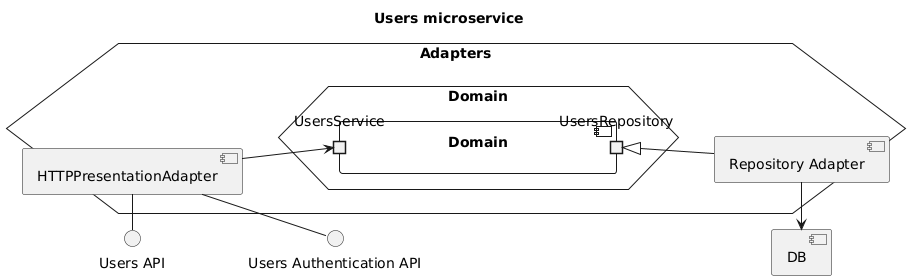
Earlier version of the PlantUML export doc/diagrams/users-components.png (Ventus218/SAP-assignment-02).
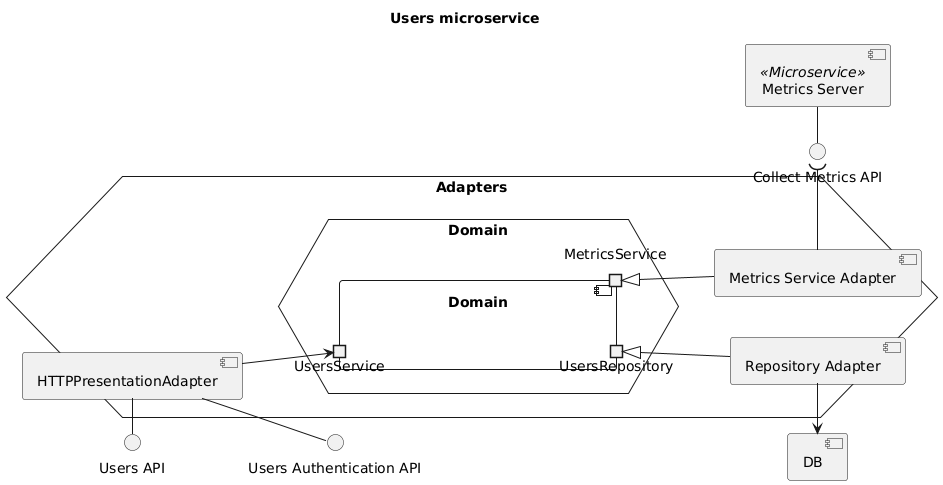
The same diagram one commit later.

What changed in the source:
```diff
@@ -7,11 +7,13 @@
 component "DB"
 interface "Users API" as UsersAPI
 interface "Users Authentication API" as UsersAuthAPI
+interface "Collect Metrics API" as CollectMetricsAPI
 
 hexagon Adapters {
     hexagon Domain as DomainHex {
         component Domain {
             portout "UsersRepository" as Repo
+            portout MetricsService
             portin UsersService
         }
     }
@@ -20,6 +22,10 @@
     RepoAdapter -u-|> Repo
     RepoAdapter -l-> DB
 
+    component "Metrics Service Adapter" as MetricsAdapter
+    MetricsAdapter -u-|> MetricsService
+    MetricsAdapter -r-( CollectMetricsAPI
+
     component "HTTPPresentationAdapter" as HTTPAdapter
     HTTPAdapter -d-> UsersService
     HTTPAdapter -() UsersAPI
@@ -27,4 +33,7 @@
     UsersAPI -[hidden]-> UsersAuthAPI
 }
 
+component "Metrics Server" as MetricsServer <<Microservice>>
+MetricsServer -r-() CollectMetricsAPI
+
 @enduml
```
